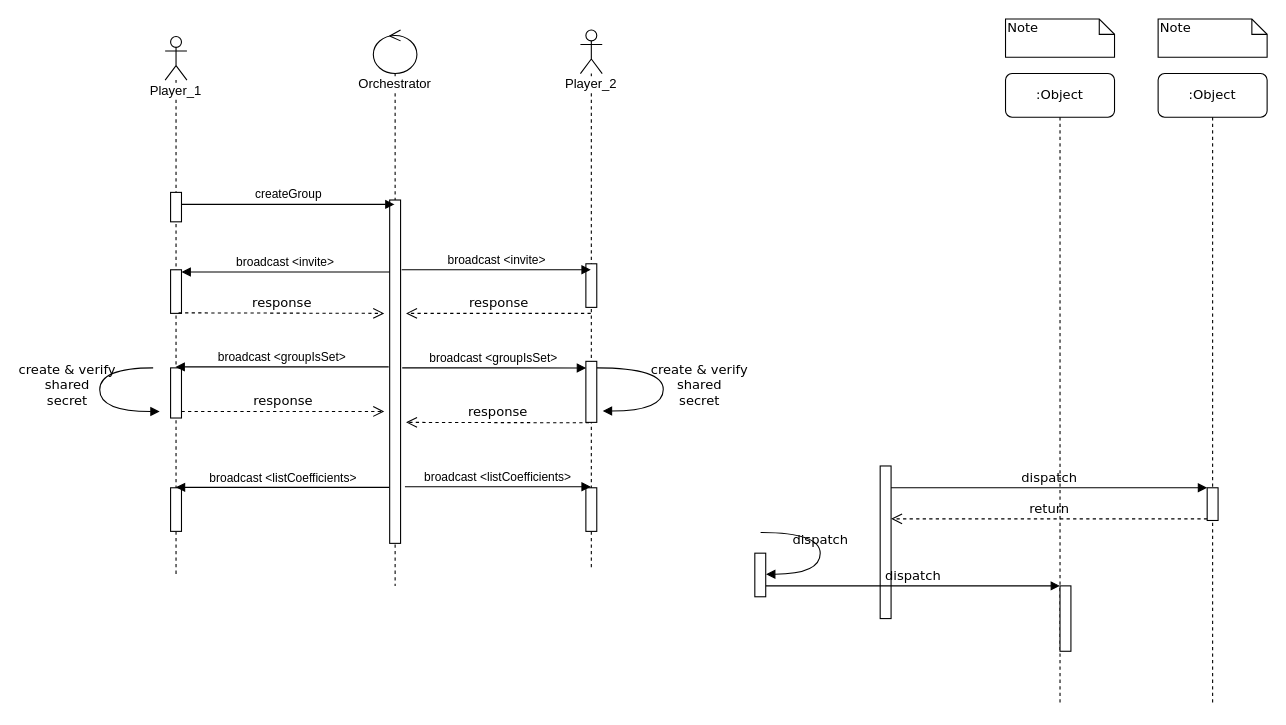
Earlier version of the draw.io diagram TS_framework_ms_sequence.drawio (jasrunner/drawio). Source tidied: cells renumbered, new cells numbered last; positions are measured from the earlier drawing's top-left corner, leaving out a move shared by most shapes. Both pictures are drawn from the tidied source at 109%, with x=0, y=0 at pixel (99, 19).
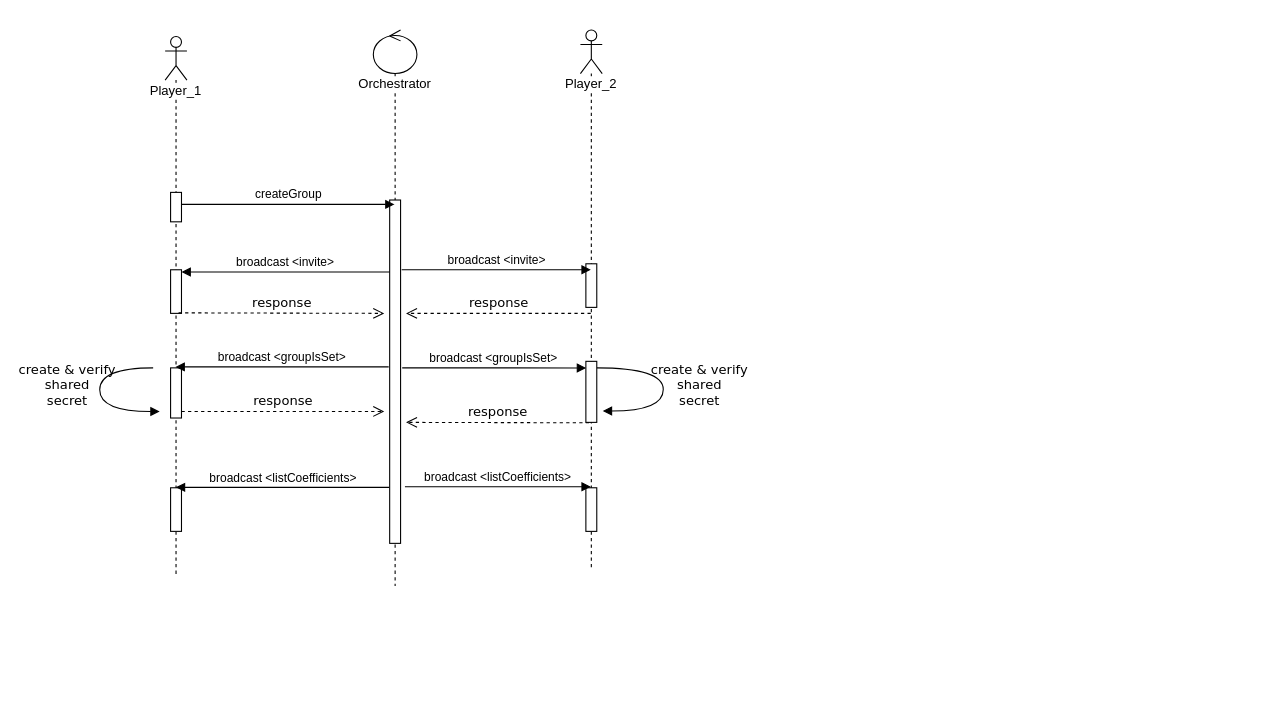
The same diagram, later.

Diff of the diagram source:
```diff
@@
-    <mxCell id="2" value=":Object" style="shape=umlLifeline;perimeter=lifelinePerimeter;whiteSpace=wrap;html=1;rounded=1;shadow=0;comic=0;labelBackgroundColor=none;strokeColor=#000000;strokeWidth=1;fillColor=#FFFFFF;fontFamily=Verdana;fontSize=12;fontColor=#000000;align=center;" parent="1" vertex="1">
-      <mxGeometry x="831" y="50" width="100" height="580" as="geometry" />
-    </mxCell>
-    <mxCell id="3" value=":Object" style="shape=umlLifeline;perimeter=lifelinePerimeter;whiteSpace=wrap;html=1;rounded=1;shadow=0;comic=0;labelBackgroundColor=none;strokeColor=#000000;strokeWidth=1;fillColor=#FFFFFF;fontFamily=Verdana;fontSize=12;fontColor=#000000;align=center;" parent="1" vertex="1">
-      <mxGeometry x="971" y="50" width="100" height="580" as="geometry" />
-    </mxCell>
@@
-    <mxCell id="5" style="html=1;points=[];perimeter=orthogonalPerimeter;rounded=0;shadow=0;comic=0;labelBackgroundColor=none;strokeColor=#000000;strokeWidth=1;fillColor=#FFFFFF;fontFamily=Verdana;fontSize=12;fontColor=#000000;align=center;" parent="1" vertex="1">
-      <mxGeometry x="716" y="410" width="10" height="140" as="geometry" />
-    </mxCell>
-    <mxCell id="6" style="html=1;points=[];perimeter=orthogonalPerimeter;rounded=0;shadow=0;comic=0;labelBackgroundColor=none;strokeColor=#000000;strokeWidth=1;fillColor=#FFFFFF;fontFamily=Verdana;fontSize=12;fontColor=#000000;align=center;" parent="1" vertex="1">
-      <mxGeometry x="1016" y="430" width="10" height="30" as="geometry" />
-    </mxCell>
-    <mxCell id="7" value="dispatch" style="html=1;verticalAlign=bottom;endArrow=block;entryX=0;entryY=0;labelBackgroundColor=none;fontFamily=Verdana;fontSize=12;" parent="1" edge="1" source="5" target="6">
-      <mxGeometry relative="1" as="geometry" />
-    </mxCell>
-    <mxCell id="8" value="return" style="html=1;verticalAlign=bottom;endArrow=open;dashed=1;endSize=8;exitX=0;exitY=0.95;labelBackgroundColor=none;fontFamily=Verdana;fontSize=12;" parent="1" edge="1" source="6" target="5">
-      <mxGeometry relative="1" as="geometry" />
-    </mxCell>
-    <mxCell id="9" style="html=1;points=[];perimeter=orthogonalPerimeter;rounded=0;shadow=0;comic=0;labelBackgroundColor=none;strokeColor=#000000;strokeWidth=1;fillColor=#FFFFFF;fontFamily=Verdana;fontSize=12;fontColor=#000000;align=center;" parent="1" vertex="1">
-      <mxGeometry x="881" y="520" width="10" height="60" as="geometry" />
-    </mxCell>
-    <mxCell id="10" value="dispatch" style="html=1;verticalAlign=bottom;endArrow=block;entryX=0;entryY=0;labelBackgroundColor=none;fontFamily=Verdana;fontSize=12;edgeStyle=elbowEdgeStyle;elbow=vertical;" parent="1" edge="1" source="12" target="9">
-      <mxGeometry relative="1" as="geometry" />
-    </mxCell>
@@
-    <mxCell id="12" style="html=1;points=[];perimeter=orthogonalPerimeter;rounded=0;shadow=0;comic=0;labelBackgroundColor=none;strokeColor=#000000;strokeWidth=1;fillColor=#FFFFFF;fontFamily=Verdana;fontSize=12;fontColor=#000000;align=center;" parent="1" vertex="1">
-      <mxGeometry x="601" y="490" width="10" height="40" as="geometry" />
-    </mxCell>
-    <mxCell id="13" value="dispatch" style="html=1;verticalAlign=bottom;endArrow=block;labelBackgroundColor=none;fontFamily=Verdana;fontSize=12;elbow=vertical;edgeStyle=orthogonalEdgeStyle;curved=1;entryX=1;entryY=0.286;entryPerimeter=0;exitX=1.038;exitY=0.345;exitPerimeter=0;" parent="1" edge="1">
-      <mxGeometry relative="1" as="geometry">
-        <mxPoint x="606.3" y="471" as="sourcePoint" />
-        <mxPoint x="611.3" y="509.3" as="targetPoint" />
-        <Array as="points">
-          <mxPoint x="661" y="471" />
-          <mxPoint x="661" y="509" />
-        </Array>
-      </mxGeometry>
-    </mxCell>
-    <mxCell id="14" value="Note" style="shape=note;whiteSpace=wrap;html=1;size=14;verticalAlign=top;align=left;spacingTop=-6;rounded=0;shadow=0;comic=0;labelBackgroundColor=none;strokeColor=#000000;strokeWidth=1;fillColor=#FFFFFF;fontFamily=Verdana;fontSize=12;fontColor=#000000;" parent="1" vertex="1">
-      <mxGeometry x="831" width="100" height="35" as="geometry" />
-    </mxCell>
-    <mxCell id="15" value="Note" style="shape=note;whiteSpace=wrap;html=1;size=14;verticalAlign=top;align=left;spacingTop=-6;rounded=0;shadow=0;comic=0;labelBackgroundColor=none;strokeColor=#000000;strokeWidth=1;fillColor=#FFFFFF;fontFamily=Verdana;fontSize=12;fontColor=#000000;" parent="1" vertex="1">
-      <mxGeometry x="971" width="100" height="35" as="geometry" />
-    </mxCell>
```
